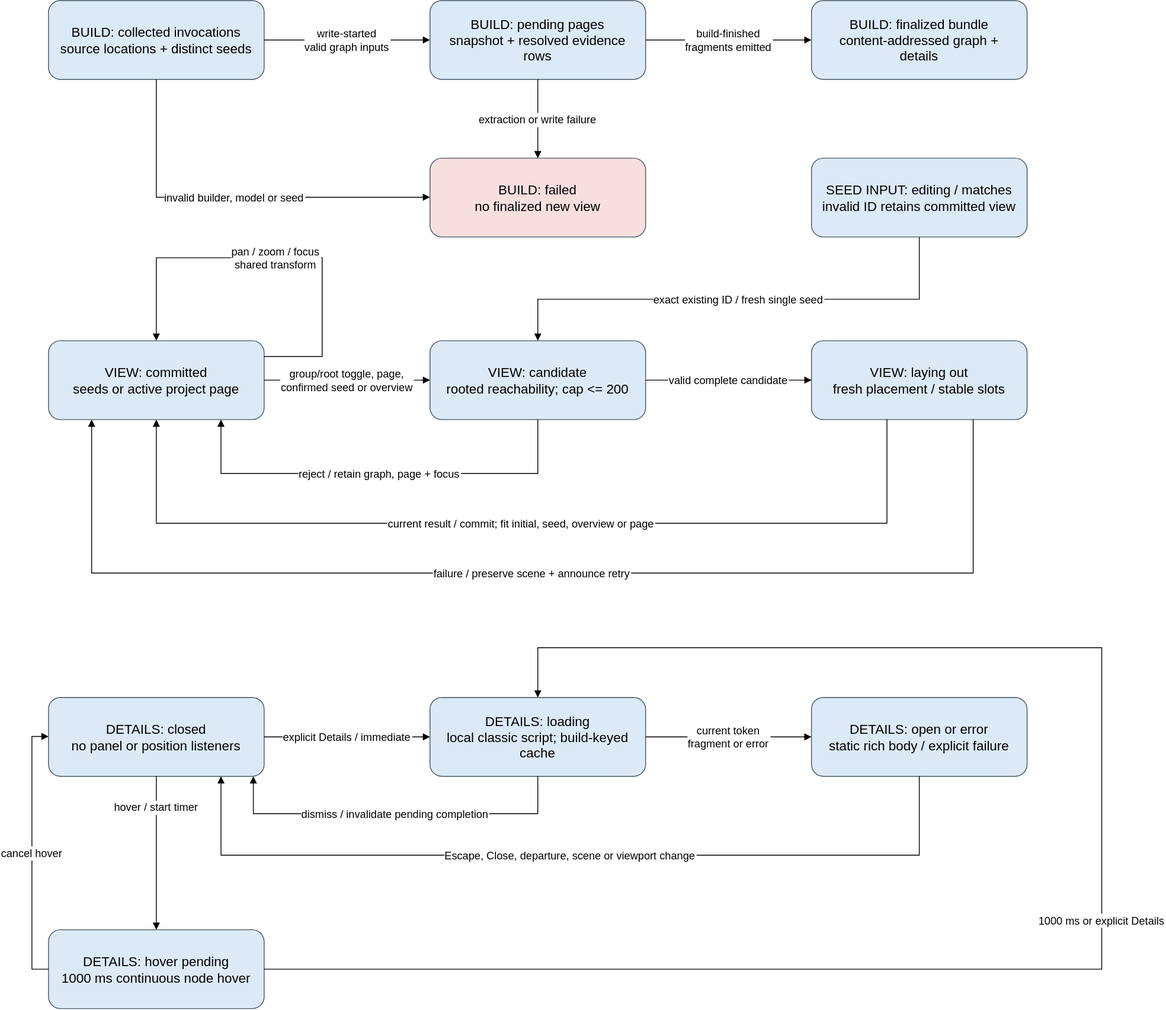
The draw.io diagram docs/architecture/diagrams/state-machine.svg in sysblacksmith/STV_sphinx-traceability-view, before a commit. Source tidied: cells renumbered, new cells last; positions are measured from the earlier drawing's top-left corner, leaving out a move shared by most shapes.
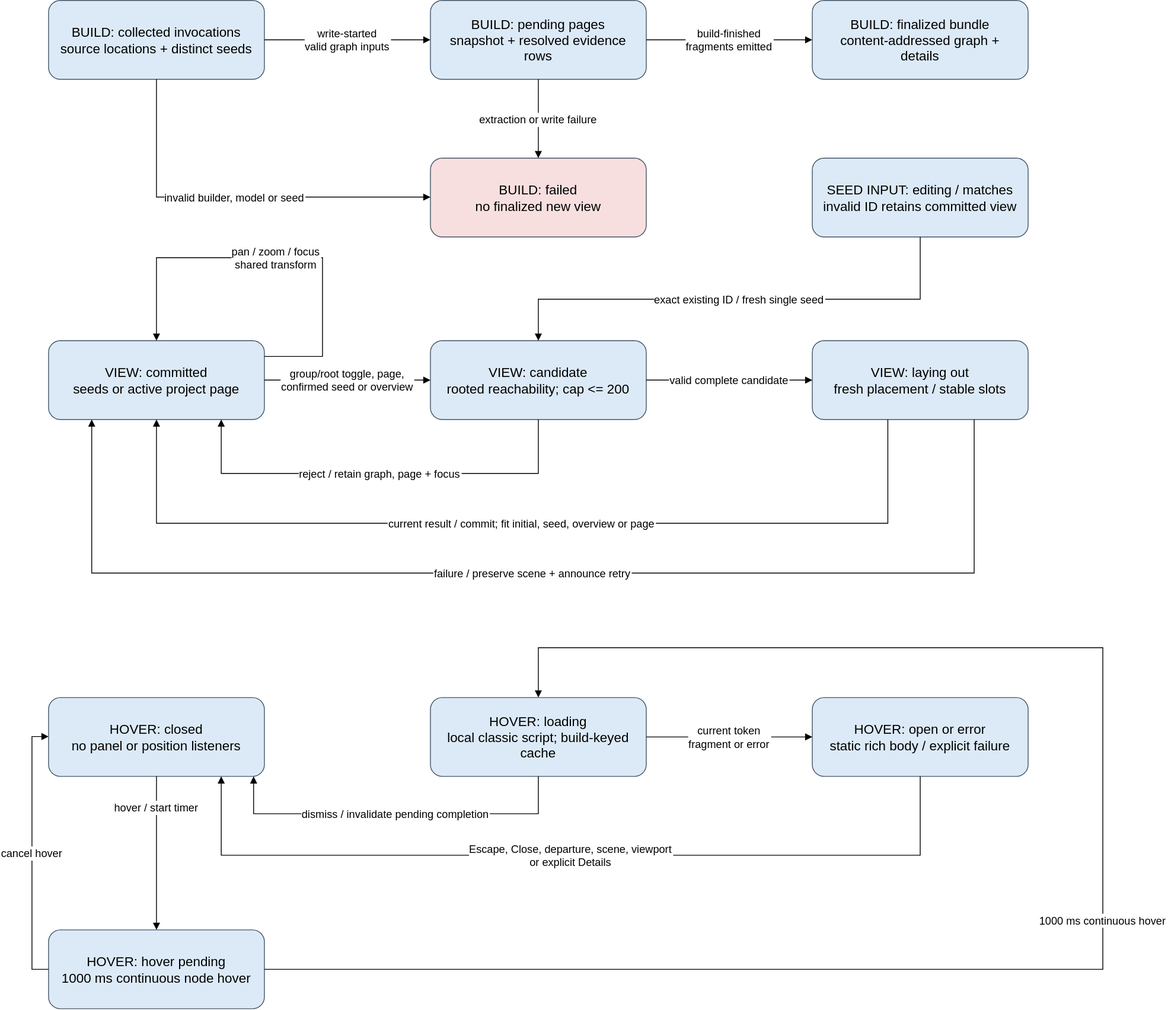
The same diagram one commit later.

Diff of the diagram source:
```diff
@@ -89,16 +89,16 @@
         </Array>
       </mxGeometry>
     </mxCell>
-    <mxCell id="21" value="DETAILS: closed&#10;no panel or position listeners" style="rounded=1;whiteSpace=wrap;html=0;fillColor=#dceaf7;strokeColor=#425466;fontSize=16;spacing=10;" parent="1" vertex="1">
+    <mxCell id="21" value="HOVER: closed&#10;no panel or position listeners" style="rounded=1;whiteSpace=wrap;html=0;fillColor=#dceaf7;strokeColor=#425466;fontSize=16;spacing=10;" parent="1" vertex="1">
       <mxGeometry x="20" y="840" width="260" height="95" as="geometry" />
     </mxCell>
-    <mxCell id="22" value="DETAILS: loading&#10;local classic script; build-keyed cache" style="rounded=1;whiteSpace=wrap;html=0;fillColor=#dceaf7;strokeColor=#425466;fontSize=16;spacing=10;" parent="1" vertex="1">
+    <mxCell id="22" value="HOVER: loading&#10;local classic script; build-keyed cache" style="rounded=1;whiteSpace=wrap;html=0;fillColor=#dceaf7;strokeColor=#425466;fontSize=16;spacing=10;" parent="1" vertex="1">
       <mxGeometry x="480" y="840" width="260" height="95" as="geometry" />
     </mxCell>
-    <mxCell id="23" value="DETAILS: open or error&#10;static rich body / explicit failure" style="rounded=1;whiteSpace=wrap;html=0;fillColor=#dceaf7;strokeColor=#425466;fontSize=16;spacing=10;" parent="1" vertex="1">
+    <mxCell id="23" value="HOVER: open or error&#10;static rich body / explicit failure" style="rounded=1;whiteSpace=wrap;html=0;fillColor=#dceaf7;strokeColor=#425466;fontSize=16;spacing=10;" parent="1" vertex="1">
       <mxGeometry x="940" y="840" width="260" height="95" as="geometry" />
     </mxCell>
-    <mxCell id="24" value="DETAILS: hover pending&#10;1000 ms continuous node hover" style="rounded=1;whiteSpace=wrap;html=0;fillColor=#dceaf7;strokeColor=#425466;fontSize=16;spacing=10;" parent="1" vertex="1">
+    <mxCell id="24" value="HOVER: hover pending&#10;1000 ms continuous node hover" style="rounded=1;whiteSpace=wrap;html=0;fillColor=#dceaf7;strokeColor=#425466;fontSize=16;spacing=10;" parent="1" vertex="1">
       <mxGeometry x="20" y="1120" width="260" height="95" as="geometry" />
     </mxCell>
     <mxCell id="25" value="hover / start timer" style="edgeStyle=orthogonalEdgeStyle;rounded=0;html=0;endArrow=block;fontSize=13;labelBackgroundColor=#ffffff;" parent="1" edge="1" source="21" target="24">
@@ -112,7 +112,7 @@
         </Array>
       </mxGeometry>
     </mxCell>
-    <mxCell id="27" value="1000 ms or explicit Details" style="edgeStyle=orthogonalEdgeStyle;rounded=0;html=0;endArrow=block;fontSize=13;labelBackgroundColor=#ffffff;exitX=1;exitY=0.5;entryX=0.5;entryY=0;" parent="1" edge="1" source="24" target="22">
+    <mxCell id="27" value="1000 ms continuous hover" style="edgeStyle=orthogonalEdgeStyle;rounded=0;html=0;endArrow=block;fontSize=13;labelBackgroundColor=#ffffff;exitX=1;exitY=0.5;entryX=0.5;entryY=0;" parent="1" edge="1" source="24" target="22">
       <mxGeometry relative="1" as="geometry">
         <Array as="points">
           <mxPoint x="1290" y="1167" />
@@ -121,13 +121,10 @@
         </Array>
       </mxGeometry>
     </mxCell>
-    <mxCell id="28" value="explicit Details / immediate" style="edgeStyle=orthogonalEdgeStyle;rounded=0;html=0;endArrow=block;fontSize=13;labelBackgroundColor=#ffffff;" parent="1" edge="1" source="21" target="22">
-      <mxGeometry relative="1" as="geometry" />
-    </mxCell>
     <mxCell id="29" value="current token&#10;fragment or error" style="edgeStyle=orthogonalEdgeStyle;rounded=0;html=0;endArrow=block;fontSize=13;labelBackgroundColor=#ffffff;" parent="1" edge="1" source="22" target="23">
       <mxGeometry relative="1" as="geometry" />
     </mxCell>
-    <mxCell id="30" value="Escape, Close, departure, scene or viewport change" style="edgeStyle=orthogonalEdgeStyle;rounded=0;html=0;endArrow=block;fontSize=13;labelBackgroundColor=#ffffff;exitX=0.5;exitY=1;entryX=0.8;entryY=1;" parent="1" edge="1" source="23" target="21">
+    <mxCell id="30" value="Escape, Close, departure, scene, viewport&#10;or explicit Details" style="edgeStyle=orthogonalEdgeStyle;rounded=0;html=0;endArrow=block;fontSize=13;labelBackgroundColor=#ffffff;exitX=0.5;exitY=1;entryX=0.8;entryY=1;" parent="1" edge="1" source="23" target="21">
       <mxGeometry relative="1" as="geometry">
         <Array as="points">
           <mxPoint x="1070" y="1030" />
```
